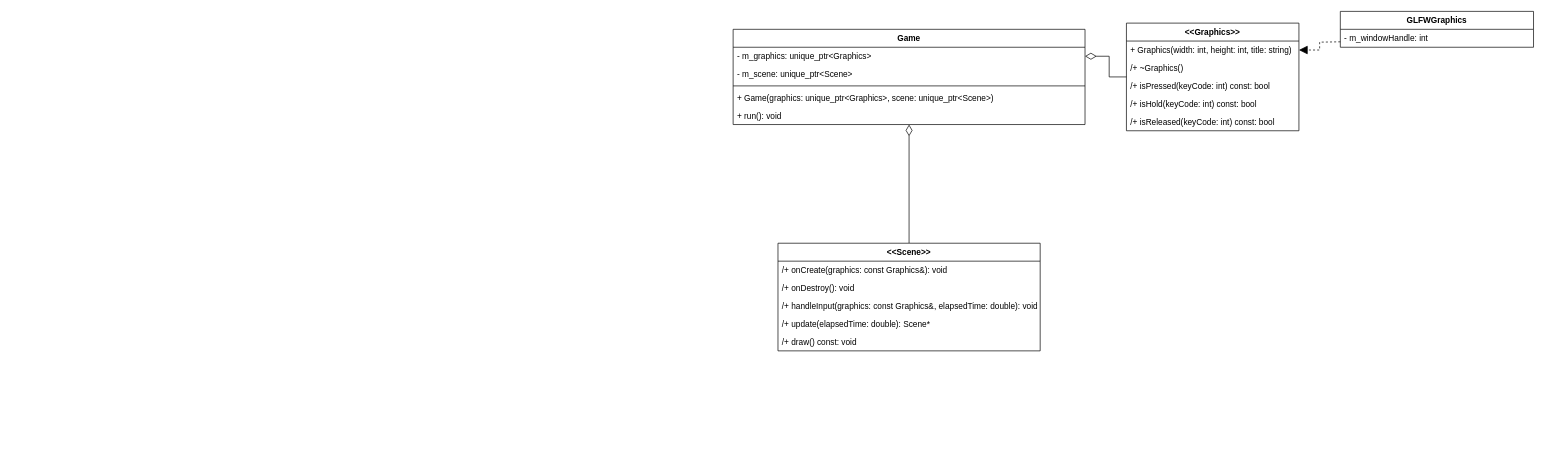
The draw.io diagram docs/Game design.drawio in antjowie/Breakout, before the edit. Source tidied: cells renumbered, new cells numbered last; positions are measured from the earlier drawing's top-left corner, leaving out a move shared by most shapes. Both pictures are drawn from the tidied source at 69%, with x=0, y=0 at pixel (733, 11).
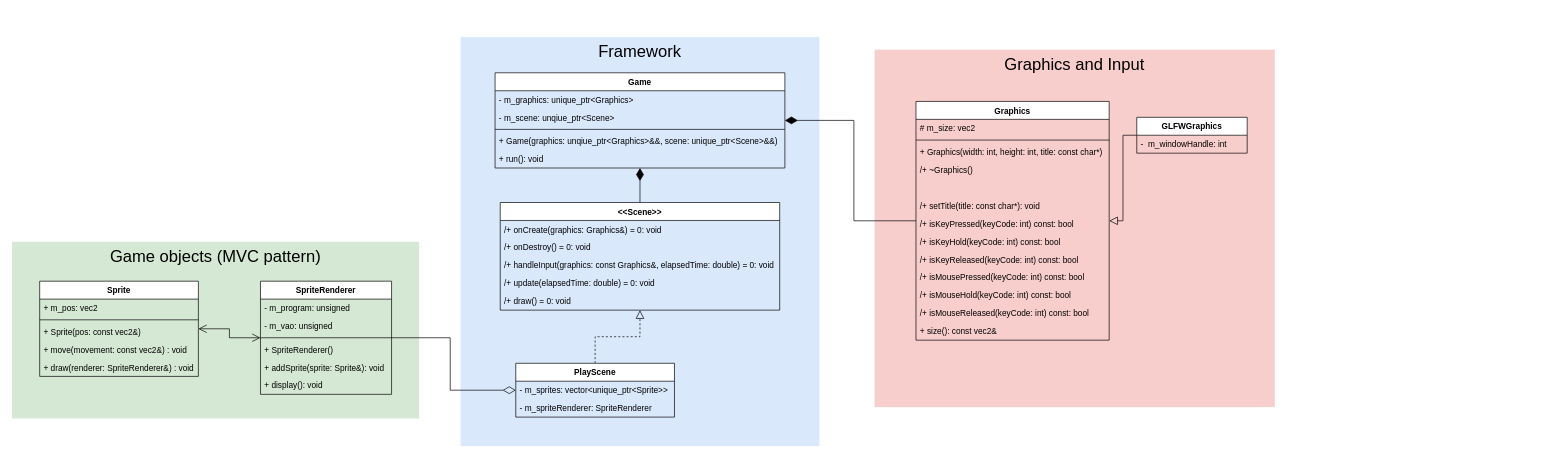
The same page after the edit.

Commit message (it also covers changes not shown here):
Updated the game design with graphics and gameplay

The edit, as a diff of the source:
```diff
@@
-    <mxCell id="2" style="edgeStyle=orthogonalEdgeStyle;rounded=0;jettySize=auto;html=1;endArrow=none;endFill=0;startArrow=diamondThin;startFill=0;startSize=14;endSize=10;exitX=1;exitY=0.5;exitDx=0;exitDy=0;" parent="1" edge="1" source="5" target="10">
-      <mxGeometry relative="1" as="geometry" />
-    </mxCell>
-    <mxCell id="3" style="edgeStyle=orthogonalEdgeStyle;rounded=0;jettySize=auto;html=1;startArrow=diamondThin;startFill=0;startSize=14;endArrow=none;endFill=0;endSize=10;" parent="1" edge="1" source="4" target="16">
-      <mxGeometry relative="1" as="geometry" />
-    </mxCell>
+    <mxCell id="25" value="Framework" style="rounded=0;whiteSpace=wrap;html=1;verticalAlign=top;fontSize=24;strokeColor=none;fillColor=#dae8fc;" parent="1" vertex="1">
+      <mxGeometry x="-395" y="37" width="520" height="593" as="geometry" />
+    </mxCell>
+    <mxCell id="26" value="Graphics and Input" style="rounded=0;whiteSpace=wrap;html=1;verticalAlign=top;fontSize=24;strokeColor=none;fillColor=#f8cecc;" parent="1" vertex="1">
+      <mxGeometry x="205" y="55.5" width="580" height="518" as="geometry" />
+    </mxCell>
+    <mxCell id="27" value="Game objects (MVC pattern)" style="rounded=0;whiteSpace=wrap;html=1;verticalAlign=top;fontSize=24;strokeColor=none;fillColor=#d5e8d4;" parent="1" vertex="1">
+      <mxGeometry x="-1045" y="334" width="590" height="256" as="geometry" />
+    </mxCell>
+    <mxCell id="28" style="edgeStyle=orthogonalEdgeStyle;rounded=0;jettySize=auto;html=1;startSize=16;endArrow=none;endFill=0;endSize=10;startArrow=diamondThin;startFill=1;" parent="1" edge="1" source="4" target="33">
+      <mxGeometry relative="1" as="geometry" />
+    </mxCell>
+    <mxCell id="29" style="edgeStyle=orthogonalEdgeStyle;rounded=0;jettySize=auto;html=1;startArrow=diamondThin;startFill=1;startSize=16;endArrow=none;endFill=0;endSize=10;" parent="1" edge="1" source="4" target="47">
+      <mxGeometry relative="1" as="geometry" />
+    </mxCell>
-    <mxCell id="4" value="Game&#10;" style="swimlane;fontStyle=1;align=center;verticalAlign=top;horizontal=1;startSize=26;" parent="1" vertex="1">
-      <mxGeometry y="26" width="510" height="138" as="geometry" />
+    <mxCell id="4" value="Game" style="swimlane;fontStyle=1;align=center;verticalAlign=top;horizontal=1;startSize=26;" parent="1" vertex="1">
+      <mxGeometry x="-345" y="89" width="420" height="138" as="geometry" />
     </mxCell>
     <mxCell id="5" value="- m_graphics: unique_ptr&lt;Graphics&gt;" style="text;strokeColor=none;fillColor=none;align=left;verticalAlign=top;spacingLeft=4;spacingRight=4;overflow=hidden;points=[[0,0.5],[1,0.5]];portConstraint=eastwest;" parent="4" vertex="1">
-      <mxGeometry y="26" width="510" height="26" as="geometry" />
+      <mxGeometry y="26" width="420" height="26" as="geometry" />
     </mxCell>
-    <mxCell id="6" value="- m_scene: unique_ptr&lt;Scene&gt;" style="text;strokeColor=none;fillColor=none;align=left;verticalAlign=top;spacingLeft=4;spacingRight=4;overflow=hidden;" parent="4" vertex="1">
-      <mxGeometry y="52" width="510" height="26" as="geometry" />
-    </mxCell>
-    <mxCell id="7" style="line;strokeWidth=1;fillColor=none;align=left;verticalAlign=middle;spacingTop=-1;spacingLeft=3;spacingRight=3;labelPosition=right;" parent="4" vertex="1">
-      <mxGeometry y="78" width="510" height="8" as="geometry" />
-    </mxCell>
-    <mxCell id="8" value="+ Game(graphics: unique_ptr&lt;Graphics&gt;, scene: unique_ptr&lt;Scene&gt;)" style="text;strokeColor=none;fillColor=none;align=left;verticalAlign=top;spacingLeft=4;spacingRight=4;overflow=hidden;" parent="4" vertex="1">
-      <mxGeometry y="86" width="510" height="26" as="geometry" />
-    </mxCell>
+    <mxCell id="30" value="- m_scene: unqiue_ptr&lt;Scene&gt;" style="text;strokeColor=none;fillColor=none;align=left;verticalAlign=top;spacingLeft=4;spacingRight=4;overflow=hidden;" parent="4" vertex="1">
+      <mxGeometry y="52" width="420" height="26" as="geometry" />
+    </mxCell>
+    <mxCell id="31" style="line;strokeWidth=1;fillColor=none;align=left;verticalAlign=middle;spacingTop=-1;spacingLeft=3;spacingRight=3;labelPosition=right;" parent="4" vertex="1">
+      <mxGeometry y="78" width="420" height="8" as="geometry" />
+    </mxCell>
+    <mxCell id="32" value="+ Game(graphics: unqiue_ptr&lt;Graphics&gt;&amp;&amp;, scene: unique_ptr&lt;Scene&gt;&amp;&amp;)" style="text;strokeColor=none;fillColor=none;align=left;verticalAlign=top;spacingLeft=4;spacingRight=4;overflow=hidden;" parent="4" vertex="1">
+      <mxGeometry y="86" width="420" height="26" as="geometry" />
+    </mxCell>
     <mxCell id="9" value="+ run(): void" style="text;strokeColor=none;fillColor=none;align=left;verticalAlign=top;spacingLeft=4;spacingRight=4;overflow=hidden;" parent="4" vertex="1">
-      <mxGeometry y="112" width="510" height="26" as="geometry" />
+      <mxGeometry y="112" width="420" height="26" as="geometry" />
     </mxCell>
-    <mxCell id="10" value="&lt;&lt;Graphics&gt;&gt;" style="swimlane;fontStyle=1;align=center;verticalAlign=top;horizontal=1;startSize=26;" parent="1" vertex="1">
-      <mxGeometry x="570" y="17" width="250" height="156" as="geometry" />
-    </mxCell>
-    <mxCell id="11" value="+ Graphics(width: int, height: int, title: string)" style="text;strokeColor=none;fillColor=none;align=left;verticalAlign=top;spacingLeft=4;spacingRight=4;overflow=hidden;points=[[0,0.5],[1,0.5]];portConstraint=eastwest;" parent="10" vertex="1">
-      <mxGeometry y="26" width="250" height="26" as="geometry" />
-    </mxCell>
+    <mxCell id="33" value="Graphics" style="swimlane;fontStyle=1;align=center;verticalAlign=top;horizontal=1;startSize=26;" parent="1" vertex="1">
+      <mxGeometry x="265" y="130.5" width="280" height="346" as="geometry" />
+    </mxCell>
+    <mxCell id="34" value="# m_size: vec2" style="text;strokeColor=none;fillColor=none;align=left;verticalAlign=top;spacingLeft=4;spacingRight=4;overflow=hidden;" parent="33" vertex="1">
+      <mxGeometry y="26" width="280" height="26" as="geometry" />
+    </mxCell>
+    <mxCell id="35" style="line;strokeWidth=1;fillColor=none;align=left;verticalAlign=middle;spacingTop=-1;spacingLeft=3;spacingRight=3;labelPosition=right;" parent="33" vertex="1">
+      <mxGeometry y="52" width="280" height="8" as="geometry" />
+    </mxCell>
+    <mxCell id="36" value="+ Graphics(width: int, height: int, title: const char*)" style="text;strokeColor=none;fillColor=none;align=left;verticalAlign=top;spacingLeft=4;spacingRight=4;overflow=hidden;" parent="33" vertex="1">
+      <mxGeometry y="60" width="280" height="26" as="geometry" />
+    </mxCell>
-    <mxCell id="12" value="/+ ~Graphics()" style="text;strokeColor=none;fillColor=none;align=left;verticalAlign=top;spacingLeft=4;spacingRight=4;overflow=hidden;" parent="10" vertex="1">
-      <mxGeometry y="52" width="250" height="26" as="geometry" />
+    <mxCell id="12" value="/+ ~Graphics()" style="text;strokeColor=none;fillColor=none;align=left;verticalAlign=top;spacingLeft=4;spacingRight=4;overflow=hidden;" parent="33" vertex="1">
+      <mxGeometry y="86" width="280" height="26" as="geometry" />
     </mxCell>
-    <mxCell id="13" value="/+ isPressed(keyCode: int) const: bool" style="text;strokeColor=none;fillColor=none;align=left;verticalAlign=top;spacingLeft=4;spacingRight=4;overflow=hidden;" parent="10" vertex="1">
-      <mxGeometry y="78" width="250" height="26" as="geometry" />
-    </mxCell>
-    <mxCell id="14" value="/+ isHold(keyCode: int) const: bool" style="text;strokeColor=none;fillColor=none;align=left;verticalAlign=top;spacingLeft=4;spacingRight=4;overflow=hidden;" parent="10" vertex="1">
-      <mxGeometry y="104" width="250" height="26" as="geometry" />
-    </mxCell>
-    <mxCell id="15" value="/+ isReleased(keyCode: int) const: bool" style="text;strokeColor=none;fillColor=none;align=left;verticalAlign=top;spacingLeft=4;spacingRight=4;overflow=hidden;" parent="10" vertex="1">
-      <mxGeometry y="130" width="250" height="26" as="geometry" />
-    </mxCell>
-    <mxCell id="16" value="&lt;&lt;Scene&gt;&gt;&#10;" style="swimlane;fontStyle=1;align=center;verticalAlign=top;horizontal=1;startSize=26;" parent="1" vertex="1">
-      <mxGeometry x="65" y="336" width="380" height="156" as="geometry" />
-    </mxCell>
-    <mxCell id="17" value="/+ onCreate(graphics: const Graphics&amp;): void" style="text;strokeColor=none;fillColor=none;align=left;verticalAlign=top;spacingLeft=4;spacingRight=4;overflow=hidden;" parent="16" vertex="1">
-      <mxGeometry y="26" width="380" height="26" as="geometry" />
-    </mxCell>
-    <mxCell id="18" value="/+ onDestroy(): void" style="text;strokeColor=none;fillColor=none;align=left;verticalAlign=top;spacingLeft=4;spacingRight=4;overflow=hidden;" parent="16" vertex="1">
-      <mxGeometry y="52" width="380" height="26" as="geometry" />
-    </mxCell>
-    <mxCell id="19" value="/+ handleInput(graphics: const Graphics&amp;, elapsedTime: double): void" style="text;strokeColor=none;fillColor=none;align=left;verticalAlign=top;spacingLeft=4;spacingRight=4;overflow=hidden;" parent="16" vertex="1">
-      <mxGeometry y="78" width="380" height="26" as="geometry" />
-    </mxCell>
-    <mxCell id="20" value="/+ update(elapsedTime: double): Scene*" style="text;strokeColor=none;fillColor=none;align=left;verticalAlign=top;spacingLeft=4;spacingRight=4;overflow=hidden;" parent="16" vertex="1">
-      <mxGeometry y="104" width="380" height="26" as="geometry" />
-    </mxCell>
-    <mxCell id="21" value="/+ draw() const: void" style="text;strokeColor=none;fillColor=none;align=left;verticalAlign=top;spacingLeft=4;spacingRight=4;overflow=hidden;" parent="16" vertex="1">
-      <mxGeometry y="130" width="380" height="26" as="geometry" />
-    </mxCell>
+    <mxCell id="37" value=" " style="text;strokeColor=none;fillColor=none;align=left;verticalAlign=top;spacingLeft=4;spacingRight=4;overflow=hidden;" parent="33" vertex="1">
+      <mxGeometry y="112" width="280" height="26" as="geometry" />
+    </mxCell>
+    <mxCell id="38" value="/+ setTitle(title: const char*): void" style="text;strokeColor=none;fillColor=none;align=left;verticalAlign=top;spacingLeft=4;spacingRight=4;overflow=hidden;" parent="33" vertex="1">
+      <mxGeometry y="138" width="280" height="26" as="geometry" />
+    </mxCell>
+    <mxCell id="39" value="/+ isKeyPressed(keyCode: int) const: bool" style="text;strokeColor=none;fillColor=none;align=left;verticalAlign=top;spacingLeft=4;spacingRight=4;overflow=hidden;" parent="33" vertex="1">
+      <mxGeometry y="164" width="280" height="26" as="geometry" />
+    </mxCell>
+    <mxCell id="40" value="/+ isKeyHold(keyCode: int) const: bool" style="text;strokeColor=none;fillColor=none;align=left;verticalAlign=top;spacingLeft=4;spacingRight=4;overflow=hidden;" parent="33" vertex="1">
+      <mxGeometry y="190" width="280" height="26" as="geometry" />
+    </mxCell>
+    <mxCell id="41" value="/+ isKeyReleased(keyCode: int) const: bool" style="text;strokeColor=none;fillColor=none;align=left;verticalAlign=top;spacingLeft=4;spacingRight=4;overflow=hidden;" parent="33" vertex="1">
+      <mxGeometry y="216" width="280" height="26" as="geometry" />
+    </mxCell>
+    <mxCell id="42" value="/+ isMousePressed(keyCode: int) const: bool" style="text;strokeColor=none;fillColor=none;align=left;verticalAlign=top;spacingLeft=4;spacingRight=4;overflow=hidden;" parent="33" vertex="1">
+      <mxGeometry y="242" width="280" height="26" as="geometry" />
+    </mxCell>
+    <mxCell id="43" value="/+ isMouseHold(keyCode: int) const: bool" style="text;strokeColor=none;fillColor=none;align=left;verticalAlign=top;spacingLeft=4;spacingRight=4;overflow=hidden;" parent="33" vertex="1">
+      <mxGeometry y="268" width="280" height="26" as="geometry" />
+    </mxCell>
+    <mxCell id="44" value="/+ isMouseReleased(keyCode: int) const: bool" style="text;strokeColor=none;fillColor=none;align=left;verticalAlign=top;spacingLeft=4;spacingRight=4;overflow=hidden;" parent="33" vertex="1">
+      <mxGeometry y="294" width="280" height="26" as="geometry" />
+    </mxCell>
+    <mxCell id="45" value="+ size(): const vec2&amp;" style="text;strokeColor=none;fillColor=none;align=left;verticalAlign=top;spacingLeft=4;spacingRight=4;overflow=hidden;" parent="33" vertex="1">
+      <mxGeometry y="320" width="280" height="26" as="geometry" />
+    </mxCell>
+    <mxCell id="46" style="edgeStyle=orthogonalEdgeStyle;rounded=0;jettySize=auto;html=1;endSize=10;startSize=16;endArrow=block;endFill=0;" parent="1" edge="1" source="22" target="33">
+      <mxGeometry relative="1" as="geometry" />
+    </mxCell>
     <mxCell id="22" value="GLFWGraphics" style="swimlane;fontStyle=1;align=center;verticalAlign=top;horizontal=1;startSize=26;" parent="1" vertex="1">
-      <mxGeometry x="880" width="280" height="52" as="geometry" />
+      <mxGeometry x="585" y="153.5" width="160" height="52" as="geometry" />
     </mxCell>
-    <mxCell id="23" value="- m_windowHandle: int" style="text;strokeColor=none;fillColor=none;align=left;verticalAlign=top;spacingLeft=4;spacingRight=4;overflow=hidden;" parent="22" vertex="1">
-      <mxGeometry y="26" width="280" height="26" as="geometry" />
+    <mxCell id="23" value="-  m_windowHandle: int " style="text;strokeColor=none;fillColor=none;align=left;verticalAlign=top;spacingLeft=4;spacingRight=4;overflow=hidden;" parent="22" vertex="1">
+      <mxGeometry y="26" width="160" height="26" as="geometry" />
     </mxCell>
-    <mxCell id="24" style="edgeStyle=orthogonalEdgeStyle;rounded=0;jettySize=auto;html=1;startArrow=none;startFill=0;startSize=14;endArrow=block;endFill=1;endSize=10;dashed=1;entryX=1;entryY=0.5;entryDx=0;entryDy=0;" parent="1" edge="1" target="11">
-      <mxGeometry relative="1" as="geometry">
-        <mxPoint x="880" y="44.1" as="sourcePoint" />
-      </mxGeometry>
-    </mxCell>
+    <mxCell id="47" value="&lt;&lt;Scene&gt;&gt;" style="swimlane;fontStyle=1;align=center;verticalAlign=top;horizontal=1;startSize=26;fillColor=#ffffff;" parent="1" vertex="1">
+      <mxGeometry x="-337.5" y="277" width="405" height="156" as="geometry" />
+    </mxCell>
+    <mxCell id="48" value="/+ onCreate(graphics: Graphics&amp;) = 0: void" style="text;strokeColor=none;fillColor=none;align=left;verticalAlign=top;spacingLeft=4;spacingRight=4;overflow=hidden;" parent="47" vertex="1">
+      <mxGeometry y="26" width="405" height="26" as="geometry" />
+    </mxCell>
+    <mxCell id="49" value="/+ onDestroy() = 0: void" style="text;strokeColor=none;fillColor=none;align=left;verticalAlign=top;spacingLeft=4;spacingRight=4;overflow=hidden;" parent="47" vertex="1">
+      <mxGeometry y="52" width="405" height="26" as="geometry" />
+    </mxCell>
+    <mxCell id="50" value="/+ handleInput(graphics: const Graphics&amp;, elapsedTime: double) = 0: void" style="text;strokeColor=none;fillColor=none;align=left;verticalAlign=top;spacingLeft=4;spacingRight=4;overflow=hidden;" parent="47" vertex="1">
+      <mxGeometry y="78" width="405" height="26" as="geometry" />
+    </mxCell>
+    <mxCell id="51" value="/+ update(elapsedTime: double) = 0: void" style="text;strokeColor=none;fillColor=none;align=left;verticalAlign=top;spacingLeft=4;spacingRight=4;overflow=hidden;" parent="47" vertex="1">
+      <mxGeometry y="104" width="405" height="26" as="geometry" />
+    </mxCell>
+    <mxCell id="52" value="/+ draw() = 0: void" style="text;strokeColor=none;fillColor=none;align=left;verticalAlign=top;spacingLeft=4;spacingRight=4;overflow=hidden;" parent="47" vertex="1">
+      <mxGeometry y="130" width="405" height="26" as="geometry" />
+    </mxCell>
+    <mxCell id="53" style="edgeStyle=orthogonalEdgeStyle;rounded=0;jettySize=auto;html=1;startArrow=none;startFill=0;startSize=16;endArrow=block;endFill=0;endSize=10;dashed=1;" parent="1" edge="1" source="55" target="47">
+      <mxGeometry relative="1" as="geometry" />
+    </mxCell>
+    <mxCell id="54" style="edgeStyle=orthogonalEdgeStyle;rounded=0;jettySize=auto;html=1;startArrow=diamondThin;startFill=0;startSize=16;endArrow=none;endFill=0;endSize=10;" parent="1" edge="1" source="55" target="58">
+      <mxGeometry relative="1" as="geometry" />
+    </mxCell>
+    <mxCell id="55" value="PlayScene" style="swimlane;fontStyle=1;align=center;verticalAlign=top;horizontal=1;startSize=26;" parent="1" vertex="1">
+      <mxGeometry x="-315" y="510" width="230" height="78" as="geometry" />
+    </mxCell>
+    <mxCell id="56" value="- m_sprites: vector&lt;unique_ptr&lt;Sprite&gt;&gt;" style="text;strokeColor=none;fillColor=none;align=left;verticalAlign=top;spacingLeft=4;spacingRight=4;overflow=hidden;" parent="55" vertex="1">
+      <mxGeometry y="26" width="230" height="26" as="geometry" />
+    </mxCell>
+    <mxCell id="57" value="- m_spriteRenderer: SpriteRenderer" style="text;strokeColor=none;fillColor=none;align=left;verticalAlign=top;spacingLeft=4;spacingRight=4;overflow=hidden;" parent="55" vertex="1">
+      <mxGeometry y="52" width="230" height="26" as="geometry" />
+    </mxCell>
+    <mxCell id="58" value="SpriteRenderer&#10;" style="swimlane;fontStyle=1;align=center;verticalAlign=top;horizontal=1;startSize=26;" parent="1" vertex="1">
+      <mxGeometry x="-685" y="391" width="190" height="164" as="geometry" />
+    </mxCell>
+    <mxCell id="59" value="- m_program: unsigned" style="text;strokeColor=none;fillColor=none;align=left;verticalAlign=top;spacingLeft=4;spacingRight=4;overflow=hidden;" parent="58" vertex="1">
+      <mxGeometry y="26" width="190" height="26" as="geometry" />
+    </mxCell>
+    <mxCell id="60" value="- m_vao: unsigned&#10;" style="text;strokeColor=none;fillColor=none;align=left;verticalAlign=top;spacingLeft=4;spacingRight=4;overflow=hidden;" parent="58" vertex="1">
+      <mxGeometry y="52" width="190" height="26" as="geometry" />
+    </mxCell>
+    <mxCell id="61" style="line;strokeWidth=1;fillColor=none;align=left;verticalAlign=middle;spacingTop=-1;spacingLeft=3;spacingRight=3;labelPosition=right;" parent="58" vertex="1">
+      <mxGeometry y="78" width="190" height="8" as="geometry" />
+    </mxCell>
+    <mxCell id="62" value="+ SpriteRenderer()" style="text;strokeColor=none;fillColor=none;align=left;verticalAlign=top;spacingLeft=4;spacingRight=4;overflow=hidden;" parent="58" vertex="1">
+      <mxGeometry y="86" width="190" height="26" as="geometry" />
+    </mxCell>
+    <mxCell id="63" value="+ addSprite(sprite: Sprite&amp;): void" style="text;strokeColor=none;fillColor=none;align=left;verticalAlign=top;spacingLeft=4;spacingRight=4;overflow=hidden;" parent="58" vertex="1">
+      <mxGeometry y="112" width="190" height="26" as="geometry" />
+    </mxCell>
+    <mxCell id="64" value="+ display(): void" style="text;strokeColor=none;fillColor=none;align=left;verticalAlign=top;spacingLeft=4;spacingRight=4;overflow=hidden;" parent="58" vertex="1">
+      <mxGeometry y="138" width="190" height="26" as="geometry" />
+    </mxCell>
+    <mxCell id="65" style="edgeStyle=orthogonalEdgeStyle;rounded=0;jettySize=auto;html=1;startArrow=open;startFill=0;startSize=10;endArrow=open;endFill=0;endSize=10;" parent="1" edge="1" source="66" target="58">
+      <mxGeometry relative="1" as="geometry" />
+    </mxCell>
+    <mxCell id="66" value="Sprite&#10;" style="swimlane;fontStyle=1;align=center;verticalAlign=top;horizontal=1;startSize=26;" parent="1" vertex="1">
+      <mxGeometry x="-1005" y="391" width="230" height="138" as="geometry" />
+    </mxCell>
+    <mxCell id="67" value="+ m_pos: vec2&#10;" style="text;strokeColor=none;fillColor=none;align=left;verticalAlign=top;spacingLeft=4;spacingRight=4;overflow=hidden;" parent="66" vertex="1">
+      <mxGeometry y="26" width="230" height="26" as="geometry" />
+    </mxCell>
+    <mxCell id="68" style="line;strokeWidth=1;fillColor=none;align=left;verticalAlign=middle;spacingTop=-1;spacingLeft=3;spacingRight=3;labelPosition=right;" parent="66" vertex="1">
+      <mxGeometry y="52" width="230" height="8" as="geometry" />
+    </mxCell>
+    <mxCell id="69" value="+ Sprite(pos: const vec2&amp;)" style="text;strokeColor=none;fillColor=none;align=left;verticalAlign=top;spacingLeft=4;spacingRight=4;overflow=hidden;" parent="66" vertex="1">
+      <mxGeometry y="60" width="230" height="26" as="geometry" />
+    </mxCell>
+    <mxCell id="70" value="+ move(movement: const vec2&amp;) : void" style="text;strokeColor=none;fillColor=none;align=left;verticalAlign=top;spacingLeft=4;spacingRight=4;overflow=hidden;" parent="66" vertex="1">
+      <mxGeometry y="86" width="230" height="26" as="geometry" />
+    </mxCell>
+    <mxCell id="71" value="+ draw(renderer: SpriteRenderer&amp;) : void" style="text;strokeColor=none;fillColor=none;align=left;verticalAlign=top;spacingLeft=4;spacingRight=4;overflow=hidden;" parent="66" vertex="1">
+      <mxGeometry y="112" width="230" height="26" as="geometry" />
+    </mxCell>
```
